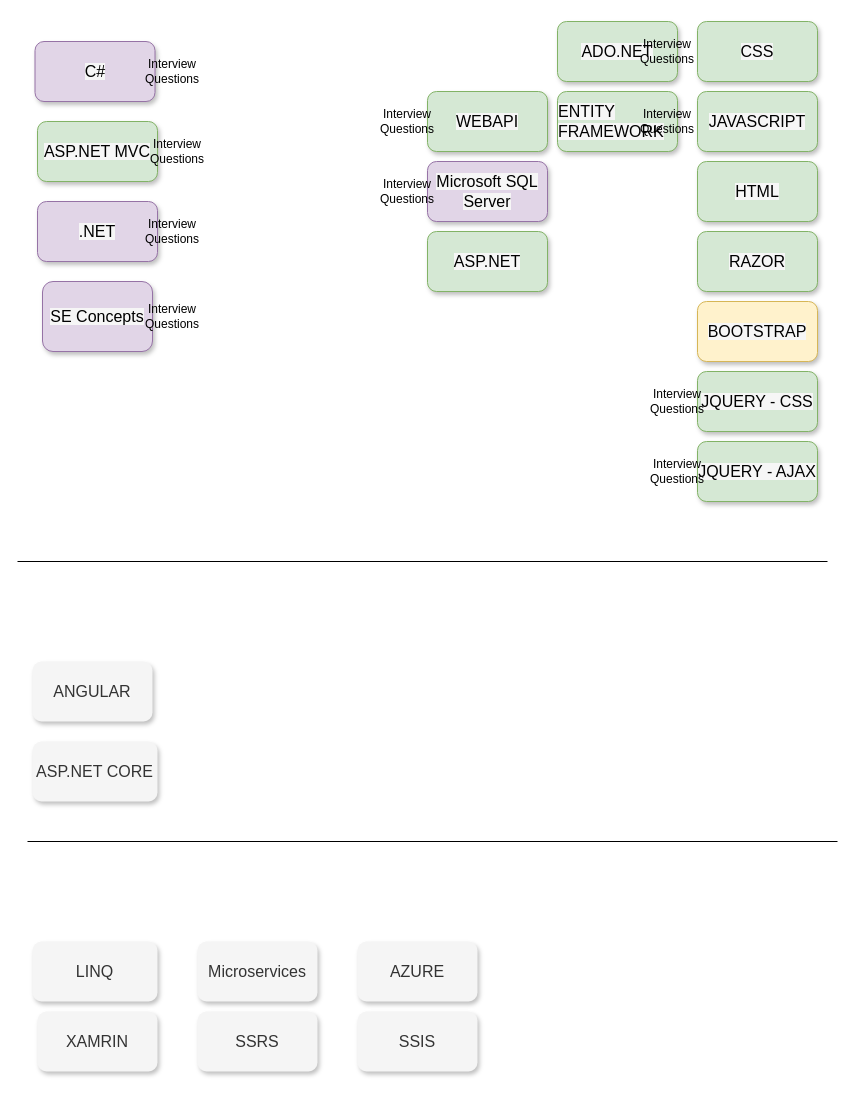
This is TechnologiesList.drawio from surfersulver994/PAT, a draw.io file, before an edit. Source tidied: cells renumbered, new cells numbered last; positions are measured from the earlier drawing's top-left corner, leaving out a move shared by most shapes. Both pictures are drawn from the tidied source at 100%, with x=0, y=0 at pixel (17, 21).
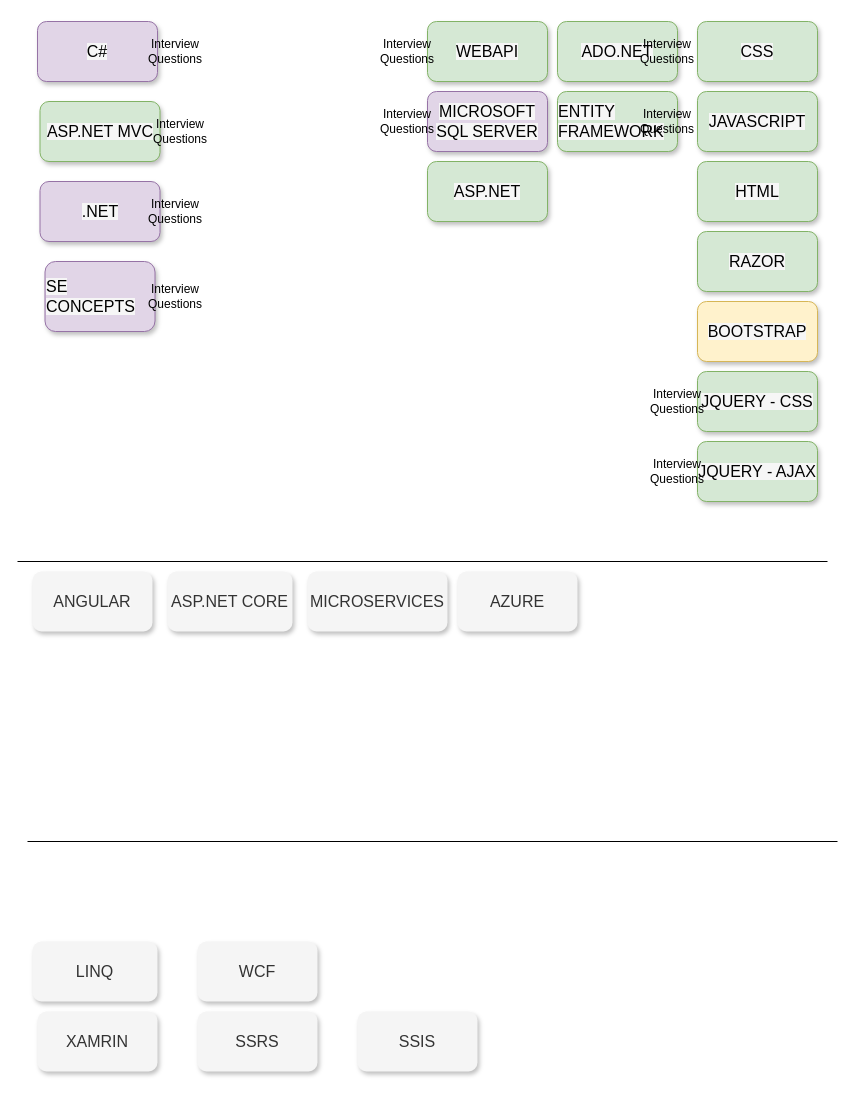
The same page after the edit.

What changed in the source:
```diff
@@
-    <mxCell id="2" value="&lt;span style=&quot;font-family: fixemoji, &amp;quot;roboto mono&amp;quot;, sans-serif; font-size: 16px; text-align: left; background-color: rgb(246, 246, 246);&quot;&gt;Microsoft SQL Server&lt;/span&gt;" style="rounded=1;whiteSpace=wrap;html=1;glass=0;shadow=1;fillColor=#e1d5e7;strokeColor=#9673a6;" parent="1" vertex="1">
-      <mxGeometry x="410" y="140" width="120" height="60" as="geometry" />
+    <mxCell id="2" value="&lt;span style=&quot;font-family: &amp;#34;fixemoji&amp;#34; , &amp;#34;roboto mono&amp;#34; , sans-serif ; font-size: 16px ; text-align: left ; background-color: rgb(246 , 246 , 246)&quot;&gt;MICROSOFT SQL SERVER&lt;/span&gt;" style="rounded=1;whiteSpace=wrap;html=1;glass=0;shadow=1;fillColor=#e1d5e7;strokeColor=#9673a6;" parent="1" vertex="1">
+      <mxGeometry x="410" y="70" width="120" height="60" as="geometry" />
     </mxCell>
     <mxCell id="3" value="&lt;span style=&quot;font-family: fixemoji, &amp;quot;roboto mono&amp;quot;, sans-serif; font-size: 16px; text-align: left; background-color: rgb(246, 246, 246);&quot;&gt;.NET&lt;/span&gt;" style="rounded=1;whiteSpace=wrap;html=1;glass=0;shadow=1;fillColor=#e1d5e7;strokeColor=#9673a6;" parent="1" vertex="1">
-      <mxGeometry x="20" y="180" width="120" height="60" as="geometry" />
+      <mxGeometry x="22.5" y="160" width="120" height="60" as="geometry" />
     </mxCell>
     <mxCell id="4" value="&lt;span style=&quot;font-family: fixemoji, &amp;quot;roboto mono&amp;quot;, sans-serif; font-size: 16px; text-align: left; background-color: rgb(246, 246, 246);&quot;&gt;ASP.NET&lt;/span&gt;" style="rounded=1;whiteSpace=wrap;html=1;glass=0;shadow=1;fillColor=#d5e8d4;strokeColor=#82b366;" parent="1" vertex="1">
-      <mxGeometry x="410" y="210" width="120" height="60" as="geometry" />
+      <mxGeometry x="410" y="140" width="120" height="60" as="geometry" />
     </mxCell>
     <mxCell id="5" value="&lt;span style=&quot;font-family: fixemoji, &amp;quot;roboto mono&amp;quot;, sans-serif; font-size: 16px; text-align: left; background-color: rgb(246, 246, 246);&quot;&gt;ASP.NET MVC&lt;/span&gt;" style="rounded=1;whiteSpace=wrap;html=1;glass=0;shadow=1;fillColor=#d5e8d4;strokeColor=#82b366;" parent="1" vertex="1">
-      <mxGeometry x="20" y="100" width="120" height="60" as="geometry" />
+      <mxGeometry x="22.5" y="80" width="120" height="60" as="geometry" />
     </mxCell>
@@
     <mxCell id="10" value="&lt;span style=&quot;font-family: &amp;#34;fixemoji&amp;#34; , &amp;#34;roboto mono&amp;#34; , sans-serif ; font-size: 16px ; text-align: left ; background-color: rgb(246 , 246 , 246)&quot;&gt;C#&lt;/span&gt;" style="rounded=1;whiteSpace=wrap;html=1;glass=0;shadow=1;fillColor=#e1d5e7;strokeColor=#9673a6;" parent="1" vertex="1">
-      <mxGeometry x="17.5" y="20" width="120" height="60" as="geometry" />
+      <mxGeometry x="20" width="120" height="60" as="geometry" />
     </mxCell>
@@
     <mxCell id="18" value="&lt;div style=&quot;text-align: left&quot;&gt;&lt;span style=&quot;font-family: &amp;#34;fixemoji&amp;#34; , &amp;#34;roboto mono&amp;#34; , sans-serif ; font-size: 16px ; background-color: rgb(246 , 246 , 246)&quot;&gt;WEBAPI&lt;/span&gt;&lt;br&gt;&lt;/div&gt;" style="rounded=1;whiteSpace=wrap;html=1;glass=0;shadow=1;fillColor=#d5e8d4;strokeColor=#82b366;" parent="1" vertex="1">
-      <mxGeometry x="410" y="70" width="120" height="60" as="geometry" />
+      <mxGeometry x="410" width="120" height="60" as="geometry" />
     </mxCell>
     <mxCell id="19" value="&lt;div style=&quot;text-align: left&quot;&gt;&lt;span style=&quot;font-family: &amp;#34;fixemoji&amp;#34; , &amp;#34;roboto mono&amp;#34; , sans-serif ; font-size: 16px ; background-color: rgb(246 , 246 , 246)&quot;&gt;ASP.NET CORE&lt;/span&gt;&lt;br&gt;&lt;/div&gt;" style="rounded=1;whiteSpace=wrap;html=1;glass=0;shadow=1;fontColor=#333333;fillColor=#f5f5f5;strokeColor=none;" parent="1" vertex="1">
-      <mxGeometry x="15" y="720" width="125" height="60" as="geometry" />
+      <mxGeometry x="150" y="550" width="125" height="60" as="geometry" />
     </mxCell>
     <mxCell id="20" value="&lt;div style=&quot;text-align: left&quot;&gt;&lt;span style=&quot;font-family: &amp;#34;fixemoji&amp;#34; , &amp;#34;roboto mono&amp;#34; , sans-serif ; font-size: 16px ; background-color: rgb(246 , 246 , 246)&quot;&gt;ANGULAR&lt;/span&gt;&lt;br&gt;&lt;/div&gt;" style="rounded=1;whiteSpace=wrap;html=1;glass=0;shadow=1;fontColor=#333333;fillColor=#f5f5f5;strokeColor=none;" parent="1" vertex="1">
-      <mxGeometry x="15" y="640" width="120" height="60" as="geometry" />
+      <mxGeometry x="15" y="550" width="120" height="60" as="geometry" />
     </mxCell>
     <mxCell id="21" value="&lt;div style=&quot;text-align: left&quot;&gt;&lt;span style=&quot;font-family: &amp;#34;fixemoji&amp;#34; , &amp;#34;roboto mono&amp;#34; , sans-serif ; font-size: 16px ; background-color: rgb(246 , 246 , 246)&quot;&gt;AZURE&lt;/span&gt;&lt;br&gt;&lt;/div&gt;" style="rounded=1;whiteSpace=wrap;html=1;glass=0;shadow=1;fontColor=#333333;fillColor=#f5f5f5;strokeColor=none;" parent="1" vertex="1">
-      <mxGeometry x="340" y="920" width="120" height="60" as="geometry" />
+      <mxGeometry x="440" y="550" width="120" height="60" as="geometry" />
     </mxCell>
@@
-    <mxCell id="23" value="&lt;div style=&quot;text-align: left&quot;&gt;&lt;span style=&quot;font-family: &amp;#34;fixemoji&amp;#34; , &amp;#34;roboto mono&amp;#34; , sans-serif ; font-size: 16px ; background-color: rgb(246 , 246 , 246)&quot;&gt;Microservices&lt;/span&gt;&lt;br&gt;&lt;/div&gt;" style="rounded=1;whiteSpace=wrap;html=1;glass=0;shadow=1;fontColor=#333333;fillColor=#f5f5f5;strokeColor=none;" parent="1" vertex="1">
-      <mxGeometry x="180" y="920" width="120" height="60" as="geometry" />
+    <mxCell id="23" value="&lt;div style=&quot;text-align: left&quot;&gt;&lt;span style=&quot;font-family: &amp;#34;fixemoji&amp;#34; , &amp;#34;roboto mono&amp;#34; , sans-serif ; font-size: 16px ; background-color: rgb(246 , 246 , 246)&quot;&gt;MICROSERVICES&lt;/span&gt;&lt;br&gt;&lt;/div&gt;" style="rounded=1;whiteSpace=wrap;html=1;glass=0;shadow=1;fontColor=#333333;fillColor=#f5f5f5;strokeColor=none;" parent="1" vertex="1">
+      <mxGeometry x="290" y="550" width="140" height="60" as="geometry" />
     </mxCell>
@@
     <mxCell id="27" value="Interview Questions" style="text;html=1;strokeColor=none;fillColor=none;align=center;verticalAlign=middle;whiteSpace=wrap;rounded=0;" parent="1" vertex="1">
-      <mxGeometry x="135" y="200" width="40" height="20" as="geometry" />
+      <mxGeometry x="137.5" y="180" width="40" height="20" as="geometry" />
     </mxCell>
     <mxCell id="28" value="Interview Questions" style="text;html=1;strokeColor=none;fillColor=none;align=center;verticalAlign=middle;whiteSpace=wrap;rounded=0;" parent="1" vertex="1">
-      <mxGeometry x="140" y="120" width="40" height="20" as="geometry" />
+      <mxGeometry x="142.5" y="100" width="40" height="20" as="geometry" />
     </mxCell>
     <mxCell id="29" value="Interview Questions" style="text;html=1;strokeColor=none;fillColor=none;align=center;verticalAlign=middle;whiteSpace=wrap;rounded=0;" parent="1" vertex="1">
-      <mxGeometry x="135" y="40" width="40" height="20" as="geometry" />
+      <mxGeometry x="137.5" y="20" width="40" height="20" as="geometry" />
     </mxCell>
-    <mxCell id="30" value="&lt;div style=&quot;text-align: left&quot;&gt;&lt;font face=&quot;fixemoji, roboto mono, sans-serif&quot;&gt;&lt;span style=&quot;font-size: 16px ; background-color: rgb(246 , 246 , 246)&quot;&gt;SE Concepts&lt;/span&gt;&lt;/font&gt;&lt;/div&gt;" style="rounded=1;whiteSpace=wrap;html=1;glass=0;shadow=1;fillColor=#e1d5e7;strokeColor=#9673a6;" parent="1" vertex="1">
-      <mxGeometry x="25" y="260" width="110" height="70" as="geometry" />
+    <mxCell id="30" value="&lt;div style=&quot;text-align: left&quot;&gt;&lt;font face=&quot;fixemoji, roboto mono, sans-serif&quot;&gt;&lt;span style=&quot;font-size: 16px ; background-color: rgb(246 , 246 , 246)&quot;&gt;SE CONCEPTS&lt;/span&gt;&lt;/font&gt;&lt;/div&gt;" style="rounded=1;whiteSpace=wrap;html=1;glass=0;shadow=1;fillColor=#e1d5e7;strokeColor=#9673a6;" parent="1" vertex="1">
+      <mxGeometry x="27.5" y="240" width="110" height="70" as="geometry" />
     </mxCell>
     <mxCell id="31" value="Interview Questions" style="text;html=1;strokeColor=none;fillColor=none;align=center;verticalAlign=middle;whiteSpace=wrap;rounded=0;" parent="1" vertex="1">
-      <mxGeometry x="135" y="285" width="40" height="20" as="geometry" />
+      <mxGeometry x="137.5" y="265" width="40" height="20" as="geometry" />
     </mxCell>
     <mxCell id="32" value="Interview Questions" style="text;html=1;strokeColor=none;fillColor=none;align=center;verticalAlign=middle;whiteSpace=wrap;rounded=0;" parent="1" vertex="1">
-      <mxGeometry x="370" y="90" width="40" height="20" as="geometry" />
+      <mxGeometry x="370" y="20" width="40" height="20" as="geometry" />
     </mxCell>
     <mxCell id="33" value="Interview Questions" style="text;html=1;strokeColor=none;fillColor=none;align=center;verticalAlign=middle;whiteSpace=wrap;rounded=0;" parent="1" vertex="1">
-      <mxGeometry x="370" y="160" width="40" height="20" as="geometry" />
+      <mxGeometry x="370" y="90" width="40" height="20" as="geometry" />
     </mxCell>
@@
+    <mxCell id="38" value="&lt;span style=&quot;font-family: &amp;#34;fixemoji&amp;#34; , &amp;#34;roboto mono&amp;#34; , sans-serif ; font-size: 16px ; text-align: left ; background-color: rgb(246 , 246 , 246)&quot;&gt;WCF&lt;/span&gt;" style="rounded=1;whiteSpace=wrap;html=1;glass=0;shadow=1;fontColor=#333333;fillColor=#f5f5f5;strokeColor=none;" parent="1" vertex="1">
+      <mxGeometry x="180" y="920" width="120" height="60" as="geometry" />
+    </mxCell>
```
